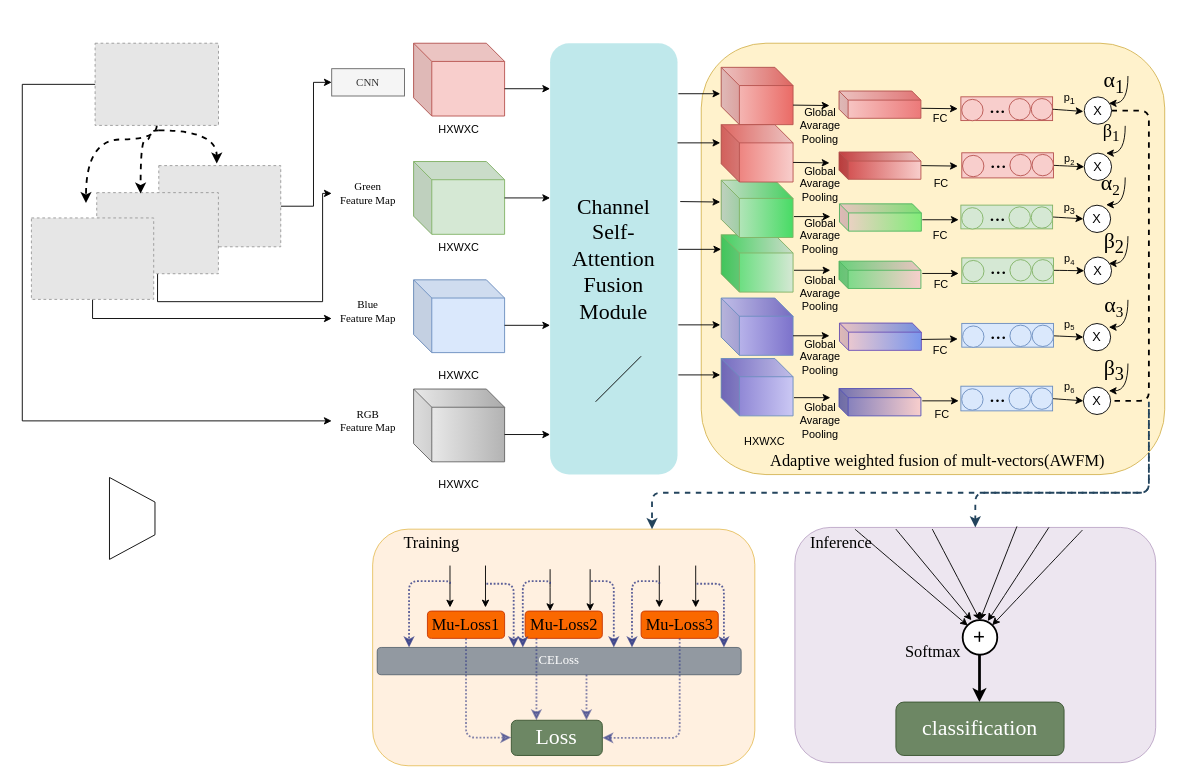
Earlier version of the draw.io diagram paper.drawio (lcq666666/lcq.github.io). Source tidied: cells renumbered, new cells numbered last; positions are measured from the earlier drawing's top-left corner, leaving out a move shared by most shapes. Both pictures are drawn from the tidied source at 91%, with x=0, y=0 at pixel (22, 43). Pictures stored in the file or linked from it are replaced by grey dashed boxes.
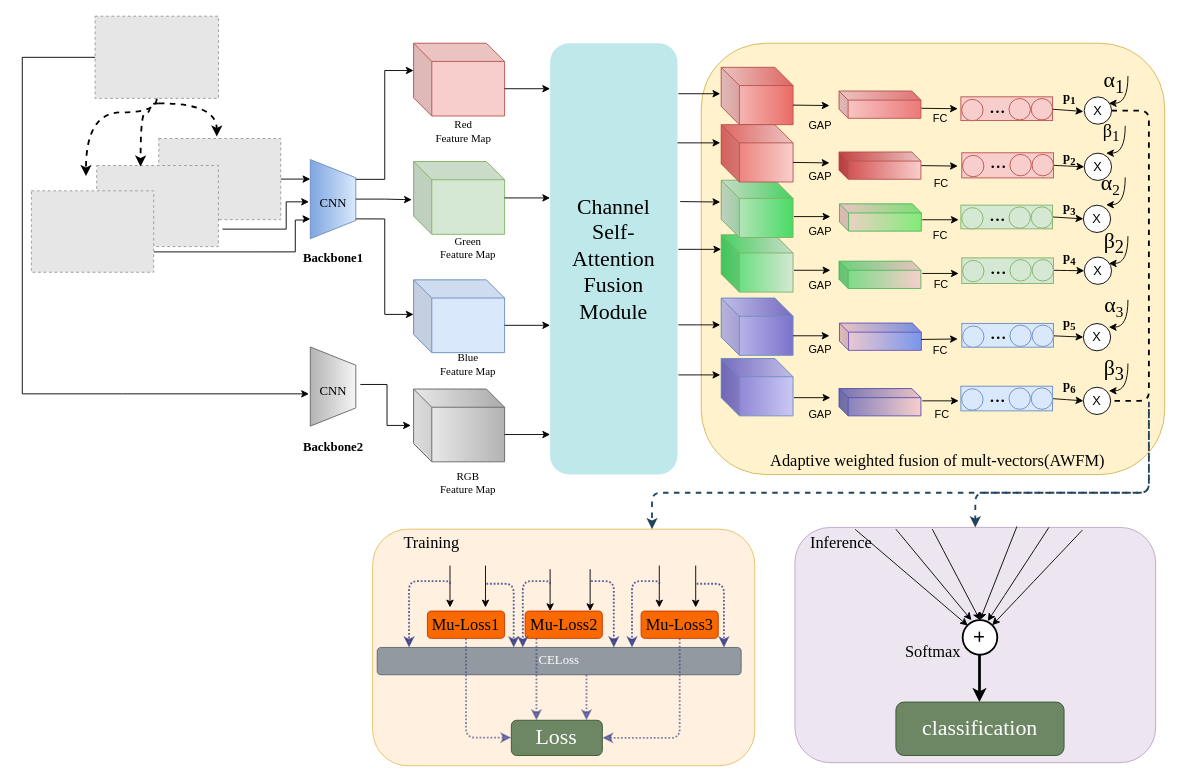
After the change.

The change refers to these unchanged cells:
```xml
<mxCell id="10" style="shape=cube;whiteSpace=wrap;html=1;boundedLbl=1;backgroundOutline=1;darkOpacity=0.05;darkOpacity2=0.1;fillColor=#f8cecc;strokeColor=#b85450;" parent="1" vertex="1">
  <mxGeometry x="430" width="100" height="80" as="geometry" />
</mxCell>
<mxCell id="11" style="shape=cube;whiteSpace=wrap;html=1;boundedLbl=1;backgroundOutline=1;darkOpacity=0.05;darkOpacity2=0.1;fillColor=#d5e8d4;strokeColor=#82b366;" parent="1" vertex="1">
  <mxGeometry x="430" y="130" width="100" height="80" as="geometry" />
</mxCell>
<mxCell id="12" style="shape=cube;whiteSpace=wrap;html=1;boundedLbl=1;backgroundOutline=1;darkOpacity=0.05;darkOpacity2=0.1;fillColor=#dae8fc;strokeColor=#6c8ebf;" parent="1" vertex="1">
  <mxGeometry x="430" y="260" width="100" height="80" as="geometry" />
</mxCell>
<mxCell id="16" style="shape=cube;whiteSpace=wrap;html=1;boundedLbl=1;backgroundOutline=1;darkOpacity=0.05;darkOpacity2=0.1;gradientDirection=east;fillColor=#f5f5f5;strokeColor=#666666;gradientColor=#b3b3b3;" parent="1" vertex="1">
  <mxGeometry x="430" y="380" width="100" height="80" as="geometry" />
</mxCell>
<mxCell id="100" style="group;" parent="1" vertex="1">
  <mxGeometry x="1170" y="274" width="60" height="50" as="geometry" />
</mxCell>
<mxCell id="176" style="fillColor=#E6E6E6;strokeColor=#999999;dashed=1;verticalLabelPosition=bottom;labelBackgroundColor=default;verticalAlign=top;" parent="174" vertex="1">
  <mxGeometry x="10" width="135.6" height="90.3" as="geometry" />
</mxCell>
```

What changed in the source:
```diff
@@
-    <mxCell id="2" style="edgeStyle=orthogonalEdgeStyle;rounded=0;jettySize=auto;html=1;exitX=1;exitY=0.5;exitDx=0;exitDy=0;entryX=0;entryY=0.5;entryDx=0;entryDy=0;" parent="1" edge="1" source="3" target="18">
-      <mxGeometry relative="1" as="geometry">
-        <Array as="points">
-          <mxPoint x="320" y="179" />
-          <mxPoint x="320" y="43" />
-        </Array>
-      </mxGeometry>
-    </mxCell>
+    <mxCell id="187" style="edgeStyle=orthogonalEdgeStyle;rounded=0;jettySize=auto;html=1;exitX=1;exitY=0.5;exitDx=0;exitDy=0;entryX=0.75;entryY=0;entryDx=0;entryDy=0;" parent="1" edge="1" source="3" target="189">
+      <mxGeometry relative="1" as="geometry" />
+    </mxCell>
     <mxCell id="3" style="fillColor=#E6E6E6;strokeColor=#999999;dashed=1;verticalLabelPosition=bottom;labelBackgroundColor=default;verticalAlign=top;" parent="1" vertex="1">
-      <mxGeometry x="150" y="134.5" width="134" height="89.2" as="geometry" />
+      <mxGeometry x="150" y="104.7" width="134" height="89.2" as="geometry" />
     </mxCell>
-    <mxCell id="4" style="edgeStyle=orthogonalEdgeStyle;rounded=0;jettySize=auto;html=1;exitX=0.5;exitY=1;exitDx=0;exitDy=0;entryX=0;entryY=0.5;entryDx=0;entryDy=0;" parent="1" edge="1" source="5" target="19">
-      <mxGeometry relative="1" as="geometry">
-        <Array as="points">
-          <mxPoint x="149" y="284" />
-          <mxPoint x="330" y="284" />
-          <mxPoint x="330" y="165" />
-        </Array>
-      </mxGeometry>
-    </mxCell>
     <mxCell id="5" style="fillColor=#E6E6E6;strokeColor=#999999;dashed=1;verticalLabelPosition=bottom;labelBackgroundColor=default;verticalAlign=top;" parent="1" vertex="1">
-      <mxGeometry x="81.8" y="164.2" width="133.7" height="89.1" as="geometry" />
+      <mxGeometry x="81.8" y="134.4" width="133.7" height="89.1" as="geometry" />
     </mxCell>
-    <mxCell id="6" style="edgeStyle=orthogonalEdgeStyle;rounded=0;jettySize=auto;html=1;entryX=0;entryY=0.75;entryDx=0;entryDy=0;exitX=0.5;exitY=1;exitDx=0;exitDy=0;" parent="1" edge="1" source="7" target="20">
-      <mxGeometry relative="1" as="geometry" />
+    <mxCell id="6" style="edgeStyle=orthogonalEdgeStyle;rounded=0;jettySize=auto;html=1;entryX=0.25;entryY=0;entryDx=0;entryDy=0;exitX=1;exitY=0.75;exitDx=0;exitDy=0;" parent="1" edge="1" source="7" target="189">
+      <mxGeometry relative="1" as="geometry">
+        <Array as="points">
+          <mxPoint x="300" y="229.3" />
+          <mxPoint x="300" y="194.3" />
+          <mxPoint x="313" y="194.3" />
+          <mxPoint x="313" y="193.3" />
+        </Array>
+      </mxGeometry>
     </mxCell>
     <mxCell id="7" style="fillColor=#E6E6E6;strokeColor=#999999;dashed=1;verticalLabelPosition=bottom;labelBackgroundColor=default;verticalAlign=top;" parent="1" vertex="1">
-      <mxGeometry x="10" y="192" width="134.4" height="89.5" as="geometry" />
+      <mxGeometry x="10" y="162.2" width="134.4" height="89.5" as="geometry" />
     </mxCell>
@@
-    <mxCell id="13" value="HXWXC" style="text;strokeColor=none;align=center;fillColor=none;html=1;verticalAlign=middle;whiteSpace=wrap;rounded=0;" parent="1" vertex="1">
-      <mxGeometry x="450" y="350" width="60" height="30" as="geometry" />
-    </mxCell>
-    <mxCell id="14" value="HXWXC" style="text;strokeColor=none;align=center;fillColor=none;html=1;verticalAlign=middle;whiteSpace=wrap;rounded=0;" parent="1" vertex="1">
-      <mxGeometry x="450" y="210" width="60" height="30" as="geometry" />
-    </mxCell>
-    <mxCell id="15" value="HXWXC" style="text;strokeColor=none;align=center;fillColor=none;html=1;verticalAlign=middle;whiteSpace=wrap;rounded=0;" parent="1" vertex="1">
-      <mxGeometry x="450" y="80" width="60" height="30" as="geometry" />
-    </mxCell>
@@
-    <mxCell id="17" value="HXWXC" style="text;strokeColor=none;align=center;fillColor=none;html=1;verticalAlign=middle;whiteSpace=wrap;rounded=0;" parent="1" vertex="1">
-      <mxGeometry x="450" y="470" width="60" height="30" as="geometry" />
-    </mxCell>
-    <mxCell id="18" value="&lt;font face=&quot;Times New Roman&quot;&gt;CNN&lt;/font&gt;" style="text;strokeColor=#666666;align=center;fillColor=#f5f5f5;html=1;verticalAlign=middle;whiteSpace=wrap;rounded=0;fontColor=#333333;" parent="1" vertex="1">
-      <mxGeometry x="340" y="28" width="80" height="30" as="geometry" />
-    </mxCell>
     <mxCell id="19" value="&lt;font face=&quot;Times New Roman&quot;&gt;Green&lt;br&gt;Feature Map&lt;/font&gt;" style="text;strokeColor=none;align=center;fillColor=none;html=1;verticalAlign=middle;whiteSpace=wrap;rounded=0;" parent="1" vertex="1">
-      <mxGeometry x="340" y="150" width="80" height="30" as="geometry" />
+      <mxGeometry x="450" y="210" width="80" height="30" as="geometry" />
     </mxCell>
     <mxCell id="20" value="&lt;font face=&quot;Times New Roman&quot;&gt;Blue&lt;br&gt;Feature Map&lt;/font&gt;" style="text;strokeColor=none;align=center;fillColor=none;html=1;verticalAlign=middle;whiteSpace=wrap;rounded=0;" parent="1" vertex="1">
-      <mxGeometry x="340" y="280" width="80" height="30" as="geometry" />
+      <mxGeometry x="450" y="337.5" width="80" height="30" as="geometry" />
     </mxCell>
     <mxCell id="21" value="&lt;font face=&quot;Times New Roman&quot;&gt;RGB&lt;br&gt;Feature Map&lt;/font&gt;" style="text;strokeColor=none;align=center;fillColor=none;html=1;verticalAlign=middle;whiteSpace=wrap;rounded=0;" parent="1" vertex="1">
-      <mxGeometry x="340" y="400" width="80" height="30" as="geometry" />
+      <mxGeometry x="450" y="468" width="80" height="30" as="geometry" />
     </mxCell>
@@
-    <mxCell id="45" value="Global Avarage&lt;br&gt;Pooling" style="text;strokeColor=none;align=center;fillColor=none;html=1;verticalAlign=middle;whiteSpace=wrap;rounded=0;" parent="1" vertex="1">
+    <mxCell id="45" value="GAP" style="text;strokeColor=none;align=center;fillColor=none;html=1;verticalAlign=middle;whiteSpace=wrap;rounded=0;" parent="1" vertex="1">
       <mxGeometry x="847" y="75.5" width="60" height="30" as="geometry" />
     </mxCell>
-    <mxCell id="46" value="Global Avarage&lt;br&gt;Pooling" style="text;strokeColor=none;align=center;fillColor=none;html=1;verticalAlign=middle;whiteSpace=wrap;rounded=0;" parent="1" vertex="1">
-      <mxGeometry x="847" y="196.5" width="60" height="30" as="geometry" />
+    <mxCell id="46" value="GAP" style="text;strokeColor=none;align=center;fillColor=none;html=1;verticalAlign=middle;whiteSpace=wrap;rounded=0;" parent="1" vertex="1">
+      <mxGeometry x="847" y="192" width="60" height="30" as="geometry" />
     </mxCell>
-    <mxCell id="47" value="Global Avarage&lt;br&gt;Pooling" style="text;strokeColor=none;align=center;fillColor=none;html=1;verticalAlign=middle;whiteSpace=wrap;rounded=0;" parent="1" vertex="1">
-      <mxGeometry x="847" y="259.5" width="60" height="30" as="geometry" />
+    <mxCell id="47" value="GAP" style="text;strokeColor=none;align=center;fillColor=none;html=1;verticalAlign=middle;whiteSpace=wrap;rounded=0;" parent="1" vertex="1">
+      <mxGeometry x="847" y="252" width="60" height="30" as="geometry" />
     </mxCell>
-    <mxCell id="48" value="Global Avarage&lt;br&gt;Pooling" style="text;strokeColor=none;align=center;fillColor=none;html=1;verticalAlign=middle;whiteSpace=wrap;rounded=0;" parent="1" vertex="1">
-      <mxGeometry x="847" y="329.5" width="60" height="30" as="geometry" />
+    <mxCell id="48" value="GAP" style="text;strokeColor=none;align=center;fillColor=none;html=1;verticalAlign=middle;whiteSpace=wrap;rounded=0;" parent="1" vertex="1">
+      <mxGeometry x="847" y="322.3" width="60" height="30" as="geometry" />
     </mxCell>
-    <mxCell id="49" value="Global Avarage&lt;br&gt;Pooling" style="text;strokeColor=none;align=center;fillColor=none;html=1;verticalAlign=middle;whiteSpace=wrap;rounded=0;" parent="1" vertex="1">
-      <mxGeometry x="847" y="399.5" width="60" height="30" as="geometry" />
+    <mxCell id="49" value="GAP" style="text;strokeColor=none;align=center;fillColor=none;html=1;verticalAlign=middle;whiteSpace=wrap;rounded=0;" parent="1" vertex="1">
+      <mxGeometry x="847" y="393" width="60" height="30" as="geometry" />
     </mxCell>
-    <mxCell id="50" value="Global Avarage&lt;br&gt;Pooling" style="text;strokeColor=none;align=center;fillColor=none;html=1;verticalAlign=middle;whiteSpace=wrap;rounded=0;" parent="1" vertex="1">
-      <mxGeometry x="847" y="139.5" width="60" height="30" as="geometry" />
+    <mxCell id="50" value="GAP" style="text;strokeColor=none;align=center;fillColor=none;html=1;verticalAlign=middle;whiteSpace=wrap;rounded=0;" parent="1" vertex="1">
+      <mxGeometry x="847" y="132.2" width="60" height="30" as="geometry" />
     </mxCell>
@@
-    <mxCell id="69" value="HXWXC" style="text;strokeColor=none;align=center;fillColor=none;html=1;verticalAlign=middle;whiteSpace=wrap;rounded=0;" parent="1" vertex="1">
-      <mxGeometry x="786" y="423" width="60" height="30" as="geometry" />
-    </mxCell>
@@
-    <mxCell id="103" value="p&lt;span style=&quot;font-size: 10px;&quot;&gt;&lt;sub&gt;5&lt;/sub&gt;&lt;/span&gt;" style="text;strokeColor=none;align=center;fillColor=none;html=1;verticalAlign=middle;whiteSpace=wrap;rounded=0;" parent="100" vertex="1">
+    <mxCell id="103" value="&lt;font face=&quot;Times New Roman&quot; style=&quot;font-size: 14px;&quot;&gt;&lt;b&gt;p&lt;sub style=&quot;&quot;&gt;5&lt;/sub&gt;&lt;/b&gt;&lt;/font&gt;" style="text;strokeColor=none;align=center;fillColor=none;html=1;verticalAlign=middle;whiteSpace=wrap;rounded=0;" parent="100" vertex="1">
       <mxGeometry x="-49" y="20" width="60" height="30" as="geometry" />
     </mxCell>
@@
-    <mxCell id="169" value="p&lt;span style=&quot;font-size: 10px;&quot;&gt;&lt;sub&gt;4&lt;/sub&gt;&lt;/span&gt;" style="text;strokeColor=none;align=center;fillColor=none;html=1;verticalAlign=middle;whiteSpace=wrap;rounded=0;" parent="1" vertex="1">
+    <mxCell id="169" value="&lt;font face=&quot;Times New Roman&quot; style=&quot;font-size: 14px;&quot;&gt;&lt;b&gt;p&lt;sub style=&quot;&quot;&gt;4&lt;/sub&gt;&lt;/b&gt;&lt;/font&gt;" style="text;strokeColor=none;align=center;fillColor=none;html=1;verticalAlign=middle;whiteSpace=wrap;rounded=0;" parent="1" vertex="1">
       <mxGeometry x="1121" y="222" width="60" height="30" as="geometry" />
     </mxCell>
-    <mxCell id="170" value="p&lt;sub&gt;3&lt;/sub&gt;" style="text;strokeColor=none;align=center;fillColor=none;html=1;verticalAlign=middle;whiteSpace=wrap;rounded=0;" parent="1" vertex="1">
+    <mxCell id="170" value="&lt;b&gt;&lt;font face=&quot;Times New Roman&quot; style=&quot;font-size: 14px;&quot;&gt;p&lt;sub&gt;3&lt;/sub&gt;&lt;/font&gt;&lt;/b&gt;" style="text;strokeColor=none;align=center;fillColor=none;html=1;verticalAlign=middle;whiteSpace=wrap;rounded=0;" parent="1" vertex="1">
       <mxGeometry x="1121" y="166.5" width="60" height="30" as="geometry" />
     </mxCell>
-    <mxCell id="171" value="p&lt;span style=&quot;font-size: 10px;&quot;&gt;&lt;sub&gt;2&lt;/sub&gt;&lt;/span&gt;" style="text;strokeColor=none;align=center;fillColor=none;html=1;verticalAlign=middle;whiteSpace=wrap;rounded=0;" parent="1" vertex="1">
+    <mxCell id="171" value="&lt;font style=&quot;font-size: 14px;&quot; face=&quot;Times New Roman&quot;&gt;&lt;b&gt;p&lt;sub style=&quot;&quot;&gt;2&lt;/sub&gt;&lt;/b&gt;&lt;/font&gt;" style="text;strokeColor=none;align=center;fillColor=none;html=1;verticalAlign=middle;whiteSpace=wrap;rounded=0;" parent="1" vertex="1">
       <mxGeometry x="1121" y="112" width="60" height="30" as="geometry" />
     </mxCell>
-    <mxCell id="172" value="p&lt;sub style=&quot;border-color: var(--border-color);&quot;&gt;1&lt;/sub&gt;" style="text;strokeColor=none;align=center;fillColor=none;html=1;verticalAlign=middle;whiteSpace=wrap;rounded=0;" parent="1" vertex="1">
+    <mxCell id="172" value="&lt;font style=&quot;font-size: 14px;&quot; face=&quot;Times New Roman&quot;&gt;&lt;b&gt;p&lt;sub style=&quot;border-color: var(--border-color);&quot;&gt;1&lt;/sub&gt;&lt;/b&gt;&lt;/font&gt;" style="text;strokeColor=none;align=center;fillColor=none;html=1;verticalAlign=middle;whiteSpace=wrap;rounded=0;" parent="1" vertex="1">
       <mxGeometry x="1121" y="45.5" width="60" height="30" as="geometry" />
     </mxCell>
-    <mxCell id="173" value="p&lt;span style=&quot;font-size: 10px;&quot;&gt;&lt;sub&gt;6&lt;/sub&gt;&lt;/span&gt;" style="text;strokeColor=none;align=center;fillColor=none;html=1;verticalAlign=middle;whiteSpace=wrap;rounded=0;" parent="1" vertex="1">
+    <mxCell id="173" value="&lt;b&gt;&lt;font face=&quot;Times New Roman&quot; style=&quot;font-size: 14px;&quot;&gt;p&lt;sub style=&quot;&quot;&gt;6&lt;/sub&gt;&lt;/font&gt;&lt;/b&gt;" style="text;strokeColor=none;align=center;fillColor=none;html=1;verticalAlign=middle;whiteSpace=wrap;rounded=0;" parent="1" vertex="1">
       <mxGeometry x="1121" y="363" width="60" height="30" as="geometry" />
     </mxCell>
     <mxCell id="174" style="group;" parent="1" vertex="1">
-      <mxGeometry x="70" width="145.6" height="106.7" as="geometry" />
+      <mxGeometry x="70" y="-29.7" width="145.6" height="106.7" as="geometry" />
     </mxCell>
@@
-    <mxCell id="179" style="edgeStyle=orthogonalEdgeStyle;rounded=0;jettySize=auto;html=1;entryX=0;entryY=0.5;entryDx=0;entryDy=0;" parent="1" edge="1" source="176" target="21">
+    <mxCell id="179" style="edgeStyle=orthogonalEdgeStyle;rounded=0;jettySize=auto;html=1;entryX=0.408;entryY=1.03;entryDx=0;entryDy=0;entryPerimeter=0;" parent="1" edge="1" source="176" target="188">
       <mxGeometry relative="1" as="geometry">
         <Array as="points">
-          <mxPoint y="45" />
-          <mxPoint y="415" />
+          <mxPoint y="15.3" />
+          <mxPoint y="385.3" />
+          <mxPoint x="110" y="385.3" />
         </Array>
       </mxGeometry>
     </mxCell>
-    <mxCell id="180" style="edgeStyle=orthogonalEdgeStyle;rounded=0;orthogonalLoop=1;jettySize=auto;html=1;exitX=0.5;exitY=1;exitDx=0;exitDy=0;" parent="1" edge="1" source="18" target="18">
-      <mxGeometry relative="1" as="geometry" />
+    <mxCell id="180" style="edgeStyle=orthogonalEdgeStyle;rounded=0;orthogonalLoop=1;jettySize=auto;html=1;exitX=0.5;exitY=1;exitDx=0;exitDy=0;" parent="1" edge="1">
+      <mxGeometry relative="1" as="geometry">
+        <mxPoint x="380" y="28.3" as="sourcePoint" />
+        <mxPoint x="380" y="28.3" as="targetPoint" />
+      </mxGeometry>
     </mxCell>
-    <mxCell id="181" style="endArrow=none;html=1;rounded=0;" parent="1" edge="1">
-      <mxGeometry relative="1" as="geometry">
-        <mxPoint x="630" y="394" as="sourcePoint" />
-        <mxPoint x="680" y="344" as="targetPoint" />
-      </mxGeometry>
-    </mxCell>
-    <mxCell id="182" style="group;rotation=-180;" parent="1" vertex="1">
-      <mxGeometry x="100" y="484" width="50" height="90" as="geometry" />
-    </mxCell>
-    <mxCell id="183" style="endArrow=none;html=1;rounded=0;" parent="182" edge="1">
-      <mxGeometry relative="1" as="geometry">
-        <mxPoint x="45.8" y="20.2" as="sourcePoint" />
-        <mxPoint x="-4.2" y="-6.8" as="targetPoint" />
-      </mxGeometry>
-    </mxCell>
-    <mxCell id="184" style="endArrow=none;html=1;rounded=0;" parent="182" edge="1">
-      <mxGeometry relative="1" as="geometry">
-        <mxPoint x="45.8" y="20.2" as="sourcePoint" />
-        <mxPoint x="45.8" y="56.2" as="targetPoint" />
-      </mxGeometry>
-    </mxCell>
-    <mxCell id="185" style="endArrow=none;html=1;rounded=0;" parent="182" edge="1">
-      <mxGeometry relative="1" as="geometry">
-        <mxPoint x="45.8" y="56.2" as="sourcePoint" />
-        <mxPoint x="-4.2" y="83.2" as="targetPoint" />
-      </mxGeometry>
-    </mxCell>
-    <mxCell id="186" style="endArrow=none;html=1;rounded=0;" parent="182" edge="1">
-      <mxGeometry relative="1" as="geometry">
-        <mxPoint x="-4.2" y="83.2" as="sourcePoint" />
-        <mxPoint x="-4.2" y="-6.8" as="targetPoint" />
-      </mxGeometry>
-    </mxCell>
+    <mxCell id="188" style="verticalLabelPosition=middle;verticalAlign=middle;html=1;shape=trapezoid;perimeter=trapezoidPerimeter;whiteSpace=wrap;size=0.23;arcSize=10;flipV=1;labelPosition=center;align=center;rotation=-90;fillColor=#f5f5f5;strokeColor=#666666;gradientColor=#b3b3b3;" parent="1" vertex="1">
+      <mxGeometry x="298" y="352.3" width="87" height="50" as="geometry" />
+    </mxCell>
+    <mxCell id="189" style="verticalLabelPosition=middle;verticalAlign=middle;html=1;shape=trapezoid;perimeter=trapezoidPerimeter;whiteSpace=wrap;size=0.23;arcSize=10;flipV=1;labelPosition=center;align=center;rotation=-90;fillColor=#dae8fc;strokeColor=#6c8ebf;gradientColor=#7ea6e0;" parent="1" vertex="1">
+      <mxGeometry x="298" y="146.3" width="87" height="50" as="geometry" />
+    </mxCell>
+    <mxCell id="190" value="&lt;font style=&quot;font-size: 14px;&quot; face=&quot;Times New Roman&quot;&gt;CNN&lt;/font&gt;" style="text;strokeColor=none;align=center;fillColor=none;html=1;verticalAlign=middle;whiteSpace=wrap;rounded=0;" parent="1" vertex="1">
+      <mxGeometry x="311.5" y="367.5" width="60" height="30" as="geometry" />
+    </mxCell>
+    <mxCell id="191" style="edgeStyle=orthogonalEdgeStyle;rounded=0;orthogonalLoop=1;jettySize=auto;html=1;" parent="1" edge="1">
+      <mxGeometry relative="1" as="geometry">
+        <mxPoint x="220" y="204.3" as="sourcePoint" />
+        <mxPoint x="315" y="174.3" as="targetPoint" />
+        <Array as="points">
+          <mxPoint x="290" y="204.3" />
+          <mxPoint x="290" y="174.3" />
+        </Array>
+      </mxGeometry>
+    </mxCell>
+    <mxCell id="192" style="edgeStyle=orthogonalEdgeStyle;rounded=0;jettySize=auto;html=1;exitX=1;exitY=0.25;exitDx=0;exitDy=0;entryX=-0.03;entryY=0.5;entryDx=0;entryDy=0;entryPerimeter=0;" parent="1" edge="1" source="190" target="16">
+      <mxGeometry relative="1" as="geometry" />
+    </mxCell>
+    <mxCell id="193" style="edgeStyle=orthogonalEdgeStyle;rounded=0;jettySize=auto;html=1;exitX=0.5;exitY=1;exitDx=0;exitDy=0;entryX=-0.02;entryY=0.525;entryDx=0;entryDy=0;entryPerimeter=0;" parent="1" edge="1" source="189" target="11">
+      <mxGeometry relative="1" as="geometry" />
+    </mxCell>
+    <mxCell id="194" style="edgeStyle=orthogonalEdgeStyle;rounded=0;jettySize=auto;html=1;exitX=0.75;exitY=1;exitDx=0;exitDy=0;entryX=0;entryY=0;entryDx=0;entryDy=30;entryPerimeter=0;" parent="1" edge="1" source="189" target="10">
+      <mxGeometry relative="1" as="geometry" />
+    </mxCell>
+    <mxCell id="195" style="edgeStyle=orthogonalEdgeStyle;rounded=0;jettySize=auto;html=1;exitX=0.25;exitY=1;exitDx=0;exitDy=0;entryX=0;entryY=0.475;entryDx=0;entryDy=0;entryPerimeter=0;" parent="1" edge="1" source="189" target="12">
+      <mxGeometry relative="1" as="geometry" />
+    </mxCell>
+    <mxCell id="196" value="&lt;font style=&quot;font-size: 14px;&quot; face=&quot;Times New Roman&quot;&gt;CNN&lt;/font&gt;" style="text;strokeColor=none;align=center;fillColor=none;html=1;verticalAlign=middle;whiteSpace=wrap;rounded=0;" parent="1" vertex="1">
+      <mxGeometry x="311.5" y="162.2" width="60" height="30" as="geometry" />
+    </mxCell>
+    <mxCell id="197" value="&lt;font face=&quot;Times New Roman&quot;&gt;Red&lt;br&gt;Feature Map&lt;/font&gt;" style="text;strokeColor=none;align=center;fillColor=none;html=1;verticalAlign=middle;whiteSpace=wrap;rounded=0;" parent="1" vertex="1">
+      <mxGeometry x="445.2" y="82" width="80" height="30" as="geometry" />
+    </mxCell>
+    <mxCell id="198" value="&lt;font style=&quot;font-size: 14px;&quot; face=&quot;Times New Roman&quot;&gt;&lt;b&gt;Backbone2&lt;/b&gt;&lt;/font&gt;" style="text;strokeColor=none;align=center;fillColor=none;html=1;verticalAlign=middle;whiteSpace=wrap;rounded=0;" parent="1" vertex="1">
+      <mxGeometry x="311.5" y="429.5" width="60" height="30" as="geometry" />
+    </mxCell>
+    <mxCell id="199" value="&lt;font style=&quot;font-size: 14px;&quot; face=&quot;Times New Roman&quot;&gt;&lt;b&gt;Backbone1&lt;/b&gt;&lt;/font&gt;" style="text;strokeColor=none;align=center;fillColor=none;html=1;verticalAlign=middle;whiteSpace=wrap;rounded=0;" parent="1" vertex="1">
+      <mxGeometry x="311.5" y="222" width="60" height="30" as="geometry" />
+    </mxCell>
```
